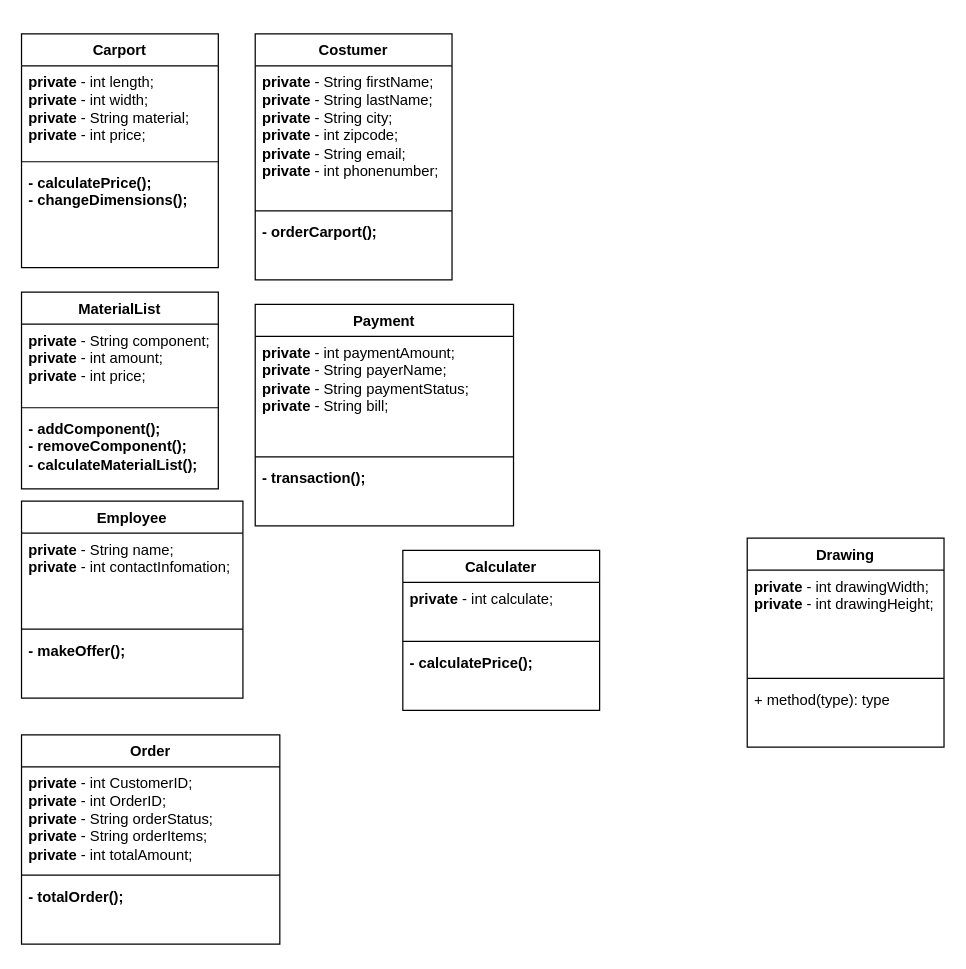
The draw.io diagram src/main/resources/diagrams/class diagram.drawio in RodneyMuyanga/2.-semesterprojekt-FOG, before the edit. Source tidied: cells renumbered, new cells numbered last; positions are measured from the earlier drawing's top-left corner, leaving out a move shared by most shapes. Both pictures are drawn from the tidied source at 123%, with x=0, y=0 at pixel (21, 33).
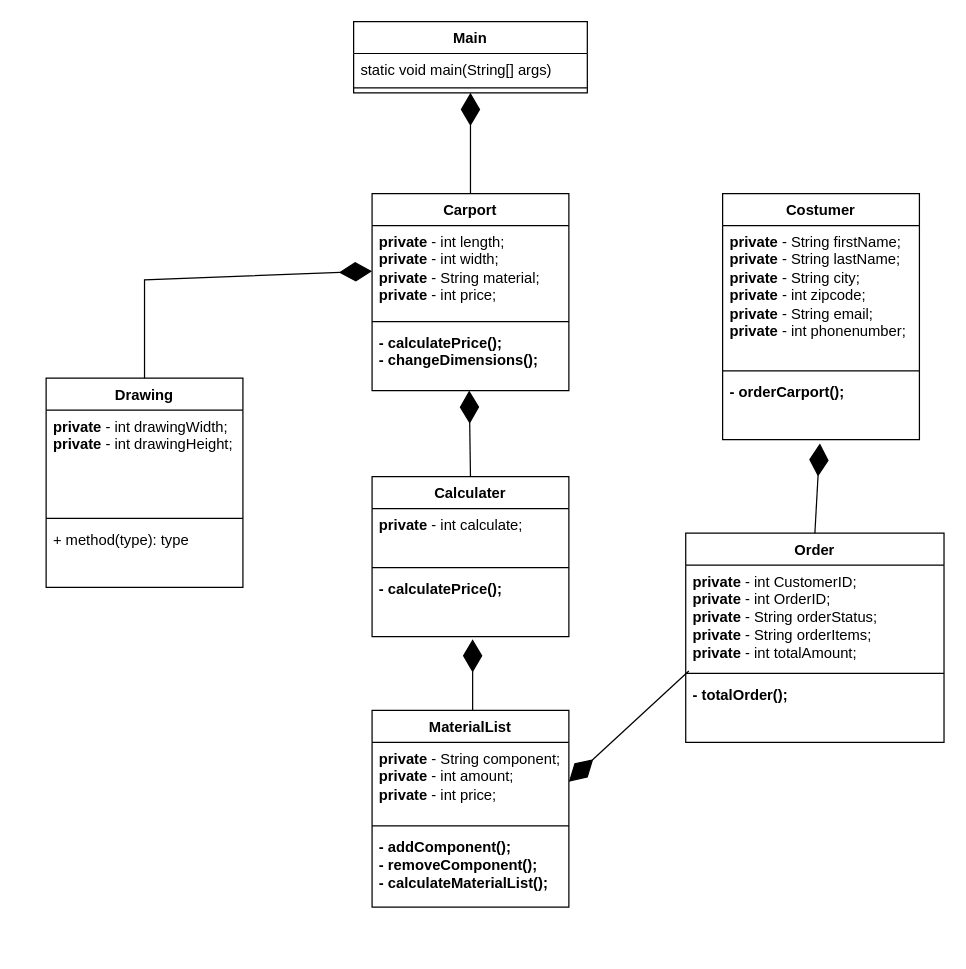
Above is the later version.

Unchanged cells that the change refers to:
```xml
<mxCell id="3" value="&lt;div&gt;&lt;b&gt;private&lt;/b&gt; - int length;&lt;/div&gt;&lt;div&gt;&lt;div&gt;&lt;b&gt;private&lt;/b&gt; - int width;&lt;/div&gt;&lt;div&gt;&lt;div&gt;&lt;b&gt;private&lt;/b&gt; - String material;&lt;br&gt;&lt;/div&gt;&lt;div&gt;&lt;div&gt;&lt;b&gt;private&lt;/b&gt; - int price;&lt;/div&gt;&lt;div&gt;&lt;br&gt;&lt;/div&gt;&lt;/div&gt;&lt;/div&gt;&lt;/div&gt;&lt;div&gt;&lt;br&gt;&lt;/div&gt;" style="text;strokeColor=none;fillColor=none;align=left;verticalAlign=top;spacingLeft=4;spacingRight=4;overflow=hidden;points=[[0,0.5],[1,0.5]];portConstraint=eastwest;whiteSpace=wrap;html=1;" parent="2" vertex="1">
  <mxGeometry y="26" width="160" height="74" as="geometry" />
</mxCell>
<mxCell id="9" value="&lt;b&gt;- orderCarport();&lt;/b&gt;" style="text;strokeColor=none;fillColor=none;align=left;verticalAlign=top;spacingLeft=4;spacingRight=4;overflow=hidden;points=[[0,0.5],[1,0.5]];portConstraint=eastwest;whiteSpace=wrap;html=1;" parent="6" vertex="1">
  <mxGeometry y="148" width="160" height="52" as="geometry" />
</mxCell>
<mxCell id="11" value="&lt;div&gt;&lt;b&gt;private&lt;/b&gt; - String component;&lt;/div&gt;&lt;div&gt;&lt;div&gt;&lt;b&gt;private&lt;/b&gt; - int amount;&lt;/div&gt;&lt;div&gt;&lt;div&gt;&lt;b&gt;private&lt;/b&gt; - int price;&lt;div&gt;&lt;br&gt;&lt;/div&gt;&lt;/div&gt;&lt;/div&gt;&lt;/div&gt;&lt;div&gt;&lt;br&gt;&lt;/div&gt;" style="text;strokeColor=none;fillColor=none;align=left;verticalAlign=top;spacingLeft=4;spacingRight=4;overflow=hidden;points=[[0,0.5],[1,0.5]];portConstraint=eastwest;whiteSpace=wrap;html=1;" parent="10" vertex="1">
  <mxGeometry y="26" width="160" height="64" as="geometry" />
</mxCell>
<mxCell id="21" value="&lt;b&gt;- calculatePrice();&lt;br&gt;&lt;/b&gt;" style="text;strokeColor=none;fillColor=none;align=left;verticalAlign=top;spacingLeft=4;spacingRight=4;overflow=hidden;points=[[0,0.5],[1,0.5]];portConstraint=eastwest;whiteSpace=wrap;html=1;" parent="18" vertex="1">
  <mxGeometry y="78" width="160" height="52" as="geometry" />
</mxCell>
<mxCell id="28" style="line;strokeWidth=1;fillColor=none;align=left;verticalAlign=middle;spacingTop=-1;spacingLeft=3;spacingRight=3;labelPosition=right;points=[];portConstraint=eastwest;strokeColor=inherit;" parent="26" vertex="1">
  <mxGeometry y="110" width="210" height="8" as="geometry" />
</mxCell>
```

Diff of the diagram source:
```diff
@@
     <mxCell id="2" value="Carport" style="swimlane;fontStyle=1;align=center;verticalAlign=top;horizontal=1;startSize=26;whiteSpace=wrap;html=1;" parent="1" vertex="1">
-      <mxGeometry width="160" height="190" as="geometry" />
+      <mxGeometry x="285" y="130" width="160" height="160" as="geometry" />
     </mxCell>
@@
     <mxCell id="5" value="&lt;div&gt;&lt;b&gt;- calculatePrice();&lt;/b&gt;&lt;/div&gt;&lt;div&gt;&lt;b&gt;- changeDimensions();&lt;br&gt;&lt;/b&gt;&lt;/div&gt;" style="text;strokeColor=none;fillColor=none;align=left;verticalAlign=top;spacingLeft=4;spacingRight=4;overflow=hidden;whiteSpace=wrap;html=1;" parent="2" vertex="1">
-      <mxGeometry y="108" width="160" height="82" as="geometry" />
+      <mxGeometry y="108" width="160" height="52" as="geometry" />
     </mxCell>
     <mxCell id="6" value="Costumer" style="swimlane;fontStyle=1;align=center;verticalAlign=top;horizontal=1;startSize=26;whiteSpace=wrap;html=1;" parent="1" vertex="1">
-      <mxGeometry x="190" width="160" height="200" as="geometry" />
+      <mxGeometry x="570" y="130" width="160" height="200" as="geometry" />
     </mxCell>
@@
     <mxCell id="10" value="MaterialList" style="swimlane;fontStyle=1;align=center;verticalAlign=top;horizontal=1;startSize=26;whiteSpace=wrap;html=1;" parent="1" vertex="1">
-      <mxGeometry y="210" width="160" height="160" as="geometry" />
+      <mxGeometry x="285" y="550" width="160" height="160" as="geometry" />
     </mxCell>
@@
-    <mxCell id="14" value="Payment" style="swimlane;fontStyle=1;align=center;verticalAlign=top;horizontal=1;startSize=26;whiteSpace=wrap;html=1;" parent="1" vertex="1">
-      <mxGeometry x="190" y="220" width="210" height="180" as="geometry" />
-    </mxCell>
-    <mxCell id="15" value="&lt;div&gt;&lt;div&gt;&lt;b&gt;private&lt;/b&gt; - int paymentAmount;&lt;/div&gt;&lt;div&gt;&lt;b&gt;private&lt;/b&gt; - String payerName;&lt;/div&gt;&lt;div&gt;&lt;b&gt;private&lt;/b&gt; - String paymentStatus;&lt;/div&gt;&lt;div&gt;&lt;div&gt;&lt;b&gt;private&lt;/b&gt; - String bill;&lt;div&gt;&lt;br&gt;&lt;/div&gt;&lt;/div&gt;&lt;/div&gt;&lt;/div&gt;&lt;div&gt;&lt;br&gt;&lt;/div&gt;" style="text;strokeColor=none;fillColor=none;align=left;verticalAlign=top;spacingLeft=4;spacingRight=4;overflow=hidden;whiteSpace=wrap;html=1;" parent="14" vertex="1">
-      <mxGeometry y="26" width="210" height="94" as="geometry" />
-    </mxCell>
-    <mxCell id="16" style="line;strokeWidth=1;fillColor=none;align=left;verticalAlign=middle;spacingTop=-1;spacingLeft=3;spacingRight=3;labelPosition=right;strokeColor=inherit;" parent="14" vertex="1">
-      <mxGeometry y="120" width="210" height="8" as="geometry" />
-    </mxCell>
-    <mxCell id="17" value="&lt;b&gt;- transaction();&lt;br&gt;&lt;/b&gt;" style="text;strokeColor=none;fillColor=none;align=left;verticalAlign=top;spacingLeft=4;spacingRight=4;overflow=hidden;whiteSpace=wrap;html=1;" parent="14" vertex="1">
-      <mxGeometry y="128" width="210" height="52" as="geometry" />
-    </mxCell>
     <mxCell id="18" value="Calculater" style="swimlane;fontStyle=1;align=center;verticalAlign=top;horizontal=1;startSize=26;whiteSpace=wrap;html=1;" parent="1" vertex="1">
-      <mxGeometry x="310" y="420" width="160" height="130" as="geometry" />
+      <mxGeometry x="285" y="360" width="160" height="130" as="geometry" />
     </mxCell>
@@
-    <mxCell id="22" value="Employee" style="swimlane;fontStyle=1;align=center;verticalAlign=top;horizontal=1;startSize=26;whiteSpace=wrap;html=1;" parent="1" vertex="1">
-      <mxGeometry y="380" width="180" height="160" as="geometry" />
-    </mxCell>
-    <mxCell id="23" value="&lt;div&gt;&lt;div&gt;&lt;b&gt;private&lt;/b&gt; - String name;&lt;/div&gt;&lt;div&gt;&lt;div&gt;&lt;div&gt;&lt;b&gt;private&lt;/b&gt; - int contactInfomation;&lt;/div&gt;&lt;/div&gt;&lt;/div&gt;&lt;/div&gt;&lt;div&gt;&lt;br&gt;&lt;/div&gt;" style="text;strokeColor=none;fillColor=none;align=left;verticalAlign=top;spacingLeft=4;spacingRight=4;overflow=hidden;whiteSpace=wrap;html=1;" parent="22" vertex="1">
-      <mxGeometry y="26" width="180" height="74" as="geometry" />
-    </mxCell>
-    <mxCell id="24" style="line;strokeWidth=1;fillColor=none;align=left;verticalAlign=middle;spacingTop=-1;spacingLeft=3;spacingRight=3;labelPosition=right;strokeColor=inherit;" parent="22" vertex="1">
-      <mxGeometry y="100" width="180" height="8" as="geometry" />
-    </mxCell>
-    <mxCell id="25" value="&lt;b&gt;- makeOffer();&lt;br&gt;&lt;/b&gt;" style="text;strokeColor=none;fillColor=none;align=left;verticalAlign=top;spacingLeft=4;spacingRight=4;overflow=hidden;whiteSpace=wrap;html=1;" parent="22" vertex="1">
-      <mxGeometry y="108" width="180" height="52" as="geometry" />
-    </mxCell>
     <mxCell id="26" value="Order" style="swimlane;fontStyle=1;align=center;verticalAlign=top;horizontal=1;startSize=26;whiteSpace=wrap;html=1;" parent="1" vertex="1">
-      <mxGeometry y="570" width="210" height="170" as="geometry" />
+      <mxGeometry x="540" y="406" width="210" height="170" as="geometry" />
     </mxCell>
@@
     <mxCell id="30" value="Drawing" style="swimlane;fontStyle=1;align=center;verticalAlign=top;horizontal=1;startSize=26;whiteSpace=wrap;html=1;" parent="1" vertex="1">
-      <mxGeometry x="590" y="410" width="160" height="170" as="geometry" />
+      <mxGeometry x="20" y="280" width="160" height="170" as="geometry" />
     </mxCell>
@@
+    <mxCell id="34" value="Main" style="swimlane;fontStyle=1;align=center;verticalAlign=top;horizontal=1;startSize=26;whiteSpace=wrap;html=1;" parent="1" vertex="1">
+      <mxGeometry x="270" y="-10" width="190" height="58" as="geometry" />
+    </mxCell>
+    <mxCell id="35" value="static void main(String[] args)" style="text;strokeColor=none;fillColor=none;align=left;verticalAlign=top;spacingLeft=4;spacingRight=4;overflow=hidden;whiteSpace=wrap;html=1;" parent="34" vertex="1">
+      <mxGeometry y="26" width="190" height="24" as="geometry" />
+    </mxCell>
+    <mxCell id="36" style="line;strokeWidth=1;fillColor=none;align=left;verticalAlign=middle;spacingTop=-1;spacingLeft=3;spacingRight=3;labelPosition=right;strokeColor=inherit;" parent="34" vertex="1">
+      <mxGeometry y="50" width="190" height="8" as="geometry" />
+    </mxCell>
+    <mxCell id="37" style="endArrow=diamondThin;endFill=1;endSize=24;html=1;rounded=0;entryX=0.5;entryY=1;entryDx=0;entryDy=0;exitX=0.5;exitY=0;exitDx=0;exitDy=0;" parent="1" edge="1" source="2" target="34">
+      <mxGeometry relative="1" as="geometry" />
+    </mxCell>
+    <mxCell id="38" style="endArrow=diamondThin;endFill=1;endSize=24;html=1;rounded=0;exitX=0.5;exitY=0;exitDx=0;exitDy=0;entryX=0;entryY=0.5;entryDx=0;entryDy=0;" parent="1" edge="1" source="30" target="3">
+      <mxGeometry relative="1" as="geometry">
+        <Array as="points">
+          <mxPoint x="100" y="200" />
+        </Array>
+      </mxGeometry>
+    </mxCell>
+    <mxCell id="39" style="endArrow=diamondThin;endFill=1;endSize=24;html=1;rounded=0;exitX=0.511;exitY=0;exitDx=0;exitDy=0;entryX=0.511;entryY=1.043;entryDx=0;entryDy=0;entryPerimeter=0;exitPerimeter=0;" parent="1" edge="1" source="10" target="21">
+      <mxGeometry relative="1" as="geometry" />
+    </mxCell>
+    <mxCell id="40" style="endArrow=diamondThin;endFill=1;endSize=24;html=1;rounded=0;exitX=0.5;exitY=0;exitDx=0;exitDy=0;entryX=0.494;entryY=1.058;entryDx=0;entryDy=0;entryPerimeter=0;" parent="1" edge="1" source="26" target="9">
+      <mxGeometry relative="1" as="geometry" />
+    </mxCell>
+    <mxCell id="41" style="endArrow=diamondThin;endFill=1;endSize=24;html=1;rounded=0;exitX=0.012;exitY=0.25;exitDx=0;exitDy=0;entryX=1;entryY=0.5;entryDx=0;entryDy=0;exitPerimeter=0;" parent="1" edge="1" source="28" target="11">
+      <mxGeometry relative="1" as="geometry" />
+    </mxCell>
+    <mxCell id="42" style="endArrow=diamondThin;endFill=1;endSize=24;html=1;rounded=0;exitX=0.5;exitY=0;exitDx=0;exitDy=0;" parent="1" edge="1" source="18">
+      <mxGeometry relative="1" as="geometry">
+        <mxPoint x="364" y="290" as="targetPoint" />
+      </mxGeometry>
+    </mxCell>
```
